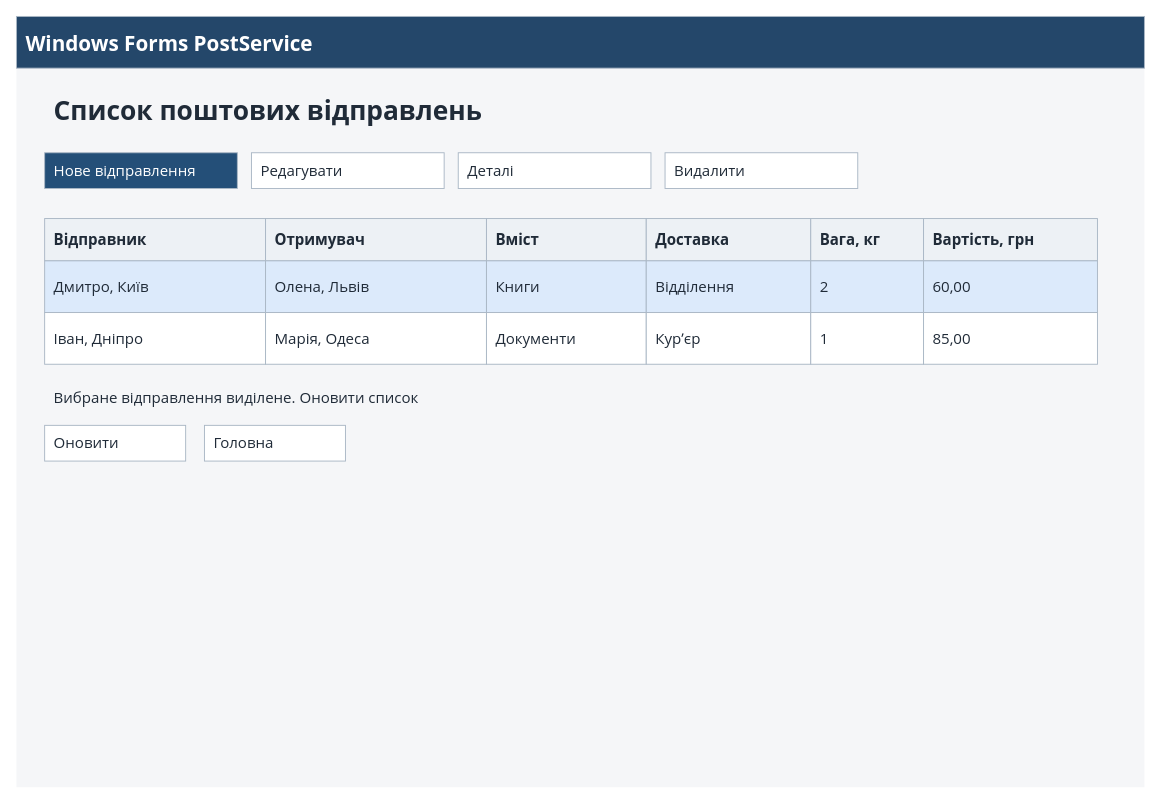
The draw.io diagram page "win-list" (2 of 16) of Компоненти програмної інженерії/ПР-44 Макети/PostService.drawio in On1-kode/posta3.0-ta-inshi-practichni, before the edit. Source tidied: cells renumbered, new cells numbered last; positions are measured from the earlier drawing's top-left corner, leaving out a move shared by most shapes. Both pictures are drawn from the tidied source at 94%, with x=0, y=0 at pixel (16, 16).
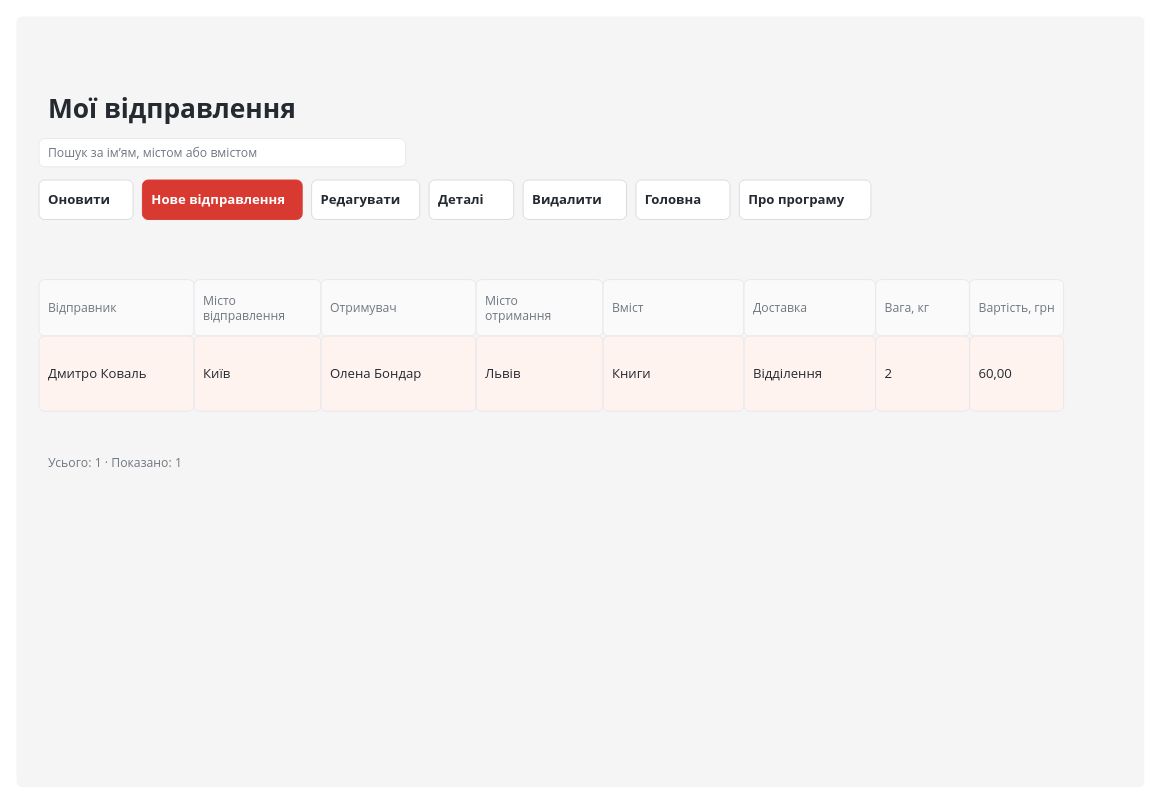
The same diagram, later.

Change to the diagram source:
```diff
@@
-    <mxCell id="2" style="rounded=0;whiteSpace=wrap;html=0;fillColor=#f5f6f8;strokeColor=none;fontFamily=Segoe UI;fontSize=16;fontColor=#202b38;fontStyle=0;align=left;verticalAlign=middle;spacing=10;" parent="1" vertex="1">
+    <mxCell id="2" style="rounded=1;absoluteArcSize=1;arcSize=12;whiteSpace=wrap;html=0;fillColor=#f5f5f6;strokeColor=none;fontFamily=Segoe UI;fontSize=15;fontColor=#252a31;fontStyle=0;align=left;verticalAlign=middle;spacing=10;" parent="1" vertex="1">
       <mxGeometry width="1200" height="820" as="geometry" />
     </mxCell>
-    <mxCell id="3" value="Windows Forms   PostService" style="rounded=0;whiteSpace=wrap;html=0;fillColor=#24476a;strokeColor=#aab7c5;fontFamily=Segoe UI;fontSize=22;fontColor=#ffffff;fontStyle=1;align=left;verticalAlign=middle;spacing=10;" parent="1" vertex="1">
-      <mxGeometry width="1200" height="55" as="geometry" />
+    <mxCell id="3" value="Мої відправлення" style="rounded=1;absoluteArcSize=1;arcSize=12;whiteSpace=wrap;html=0;fillColor=none;strokeColor=none;fontFamily=Segoe UI;fontSize=28;fontColor=#252a31;fontStyle=1;align=left;verticalAlign=middle;spacing=10;" parent="1" vertex="1">
+      <mxGeometry x="24" y="70" width="1152" height="55" as="geometry" />
     </mxCell>
-    <mxCell id="4" value="Список поштових відправлень" style="rounded=0;whiteSpace=wrap;html=0;fillColor=none;strokeColor=none;fontFamily=Segoe UI;fontSize=28;fontColor=#202b38;fontStyle=1;align=left;verticalAlign=middle;spacing=10;" parent="1" vertex="1">
-      <mxGeometry x="30" y="75" width="1050" height="50" as="geometry" />
+    <mxCell id="4" value="Пошук за ім’ям, містом або вмістом" style="rounded=1;absoluteArcSize=1;arcSize=12;whiteSpace=wrap;html=0;fillColor=#ffffff;strokeColor=#e5e7eb;fontFamily=Segoe UI;fontSize=13;fontColor=#707780;fontStyle=0;align=left;verticalAlign=middle;spacing=10;" parent="1" vertex="1">
+      <mxGeometry x="24" y="130" width="390" height="30" as="geometry" />
     </mxCell>
-    <mxCell id="5" value="Нове відправлення" style="rounded=0;whiteSpace=wrap;html=0;fillColor=#244f78;strokeColor=#aab7c5;fontFamily=Segoe UI;fontSize=16;fontColor=#ffffff;fontStyle=0;align=left;verticalAlign=middle;spacing=10;" parent="1" vertex="1">
-      <mxGeometry x="30" y="145" width="205" height="38" as="geometry" />
+    <mxCell id="5" value="Оновити" style="rounded=1;absoluteArcSize=1;arcSize=12;whiteSpace=wrap;html=0;fillColor=#ffffff;strokeColor=#d7dadd;fontFamily=Segoe UI;fontSize=14;fontColor=#252a31;fontStyle=1;align=left;verticalAlign=middle;spacing=10;" parent="1" vertex="1">
+      <mxGeometry x="24" y="174" width="100" height="42" as="geometry" />
     </mxCell>
-    <mxCell id="6" value="Редагувати" style="rounded=0;whiteSpace=wrap;html=0;fillColor=#ffffff;strokeColor=#aab7c5;fontFamily=Segoe UI;fontSize=16;fontColor=#202b38;fontStyle=0;align=left;verticalAlign=middle;spacing=10;" parent="1" vertex="1">
-      <mxGeometry x="250" y="145" width="205" height="38" as="geometry" />
+    <mxCell id="6" value="Нове відправлення" style="rounded=1;absoluteArcSize=1;arcSize=12;whiteSpace=wrap;html=0;fillColor=#d83a32;strokeColor=#d83a32;fontFamily=Segoe UI;fontSize=14;fontColor=#ffffff;fontStyle=1;align=left;verticalAlign=middle;spacing=10;" parent="1" vertex="1">
+      <mxGeometry x="134" y="174" width="170" height="42" as="geometry" />
     </mxCell>
-    <mxCell id="7" value="Деталі" style="rounded=0;whiteSpace=wrap;html=0;fillColor=#ffffff;strokeColor=#aab7c5;fontFamily=Segoe UI;fontSize=16;fontColor=#202b38;fontStyle=0;align=left;verticalAlign=middle;spacing=10;" parent="1" vertex="1">
-      <mxGeometry x="470" y="145" width="205" height="38" as="geometry" />
+    <mxCell id="7" value="Редагувати" style="rounded=1;absoluteArcSize=1;arcSize=12;whiteSpace=wrap;html=0;fillColor=#ffffff;strokeColor=#d7dadd;fontFamily=Segoe UI;fontSize=14;fontColor=#252a31;fontStyle=1;align=left;verticalAlign=middle;spacing=10;" parent="1" vertex="1">
+      <mxGeometry x="314" y="174" width="115" height="42" as="geometry" />
     </mxCell>
-    <mxCell id="8" value="Видалити" style="rounded=0;whiteSpace=wrap;html=0;fillColor=#ffffff;strokeColor=#aab7c5;fontFamily=Segoe UI;fontSize=16;fontColor=#202b38;fontStyle=0;align=left;verticalAlign=middle;spacing=10;" parent="1" vertex="1">
-      <mxGeometry x="690" y="145" width="205" height="38" as="geometry" />
+    <mxCell id="8" value="Деталі" style="rounded=1;absoluteArcSize=1;arcSize=12;whiteSpace=wrap;html=0;fillColor=#ffffff;strokeColor=#d7dadd;fontFamily=Segoe UI;fontSize=14;fontColor=#252a31;fontStyle=1;align=left;verticalAlign=middle;spacing=10;" parent="1" vertex="1">
+      <mxGeometry x="439" y="174" width="90" height="42" as="geometry" />
     </mxCell>
-    <mxCell id="9" value="Відправник" style="rounded=0;whiteSpace=wrap;html=0;fillColor=#edf1f5;strokeColor=#aab7c5;fontFamily=Segoe UI;fontSize=16;fontColor=#202b38;fontStyle=1;align=left;verticalAlign=middle;spacing=10;" parent="1" vertex="1">
-      <mxGeometry x="30" y="215" width="235" height="45" as="geometry" />
+    <mxCell id="9" value="Видалити" style="rounded=1;absoluteArcSize=1;arcSize=12;whiteSpace=wrap;html=0;fillColor=#ffffff;strokeColor=#d7dadd;fontFamily=Segoe UI;fontSize=14;fontColor=#252a31;fontStyle=1;align=left;verticalAlign=middle;spacing=10;" parent="1" vertex="1">
+      <mxGeometry x="539" y="174" width="110" height="42" as="geometry" />
     </mxCell>
-    <mxCell id="10" value="Отримувач" style="rounded=0;whiteSpace=wrap;html=0;fillColor=#edf1f5;strokeColor=#aab7c5;fontFamily=Segoe UI;fontSize=16;fontColor=#202b38;fontStyle=1;align=left;verticalAlign=middle;spacing=10;" parent="1" vertex="1">
-      <mxGeometry x="265" y="215" width="235" height="45" as="geometry" />
+    <mxCell id="10" value="Головна" style="rounded=1;absoluteArcSize=1;arcSize=12;whiteSpace=wrap;html=0;fillColor=#ffffff;strokeColor=#d7dadd;fontFamily=Segoe UI;fontSize=14;fontColor=#252a31;fontStyle=1;align=left;verticalAlign=middle;spacing=10;" parent="1" vertex="1">
+      <mxGeometry x="659" y="174" width="100" height="42" as="geometry" />
     </mxCell>
-    <mxCell id="11" value="Вміст" style="rounded=0;whiteSpace=wrap;html=0;fillColor=#edf1f5;strokeColor=#aab7c5;fontFamily=Segoe UI;fontSize=16;fontColor=#202b38;fontStyle=1;align=left;verticalAlign=middle;spacing=10;" parent="1" vertex="1">
-      <mxGeometry x="500" y="215" width="170" height="45" as="geometry" />
+    <mxCell id="11" value="Про програму" style="rounded=1;absoluteArcSize=1;arcSize=12;whiteSpace=wrap;html=0;fillColor=#ffffff;strokeColor=#d7dadd;fontFamily=Segoe UI;fontSize=14;fontColor=#252a31;fontStyle=1;align=left;verticalAlign=middle;spacing=10;" parent="1" vertex="1">
+      <mxGeometry x="769" y="174" width="140" height="42" as="geometry" />
     </mxCell>
-    <mxCell id="12" value="Доставка" style="rounded=0;whiteSpace=wrap;html=0;fillColor=#edf1f5;strokeColor=#aab7c5;fontFamily=Segoe UI;fontSize=16;fontColor=#202b38;fontStyle=1;align=left;verticalAlign=middle;spacing=10;" parent="1" vertex="1">
-      <mxGeometry x="670" y="215" width="175" height="45" as="geometry" />
+    <mxCell id="12" value="Відправник" style="rounded=1;absoluteArcSize=1;arcSize=12;whiteSpace=wrap;html=0;fillColor=#fafafa;strokeColor=#e5e7eb;fontFamily=Segoe UI;fontSize=13;fontColor=#707780;fontStyle=0;align=left;verticalAlign=middle;spacing=10;" parent="1" vertex="1">
+      <mxGeometry x="24" y="280" width="165" height="60" as="geometry" />
     </mxCell>
-    <mxCell id="13" value="Вага, кг" style="rounded=0;whiteSpace=wrap;html=0;fillColor=#edf1f5;strokeColor=#aab7c5;fontFamily=Segoe UI;fontSize=16;fontColor=#202b38;fontStyle=1;align=left;verticalAlign=middle;spacing=10;" parent="1" vertex="1">
-      <mxGeometry x="845" y="215" width="120" height="45" as="geometry" />
+    <mxCell id="13" value="Дмитро Коваль" style="rounded=1;absoluteArcSize=1;arcSize=12;whiteSpace=wrap;html=0;fillColor=#fff3f0;strokeColor=#e5e7eb;fontFamily=Segoe UI;fontSize=14;fontColor=#252a31;fontStyle=0;align=left;verticalAlign=middle;spacing=10;" parent="1" vertex="1">
+      <mxGeometry x="24" y="340" width="165" height="80" as="geometry" />
     </mxCell>
-    <mxCell id="14" value="Вартість, грн" style="rounded=0;whiteSpace=wrap;html=0;fillColor=#edf1f5;strokeColor=#aab7c5;fontFamily=Segoe UI;fontSize=16;fontColor=#202b38;fontStyle=1;align=left;verticalAlign=middle;spacing=10;" parent="1" vertex="1">
-      <mxGeometry x="965" y="215" width="185" height="45" as="geometry" />
+    <mxCell id="14" value="Місто&#10;відправлення" style="rounded=1;absoluteArcSize=1;arcSize=12;whiteSpace=wrap;html=0;fillColor=#fafafa;strokeColor=#e5e7eb;fontFamily=Segoe UI;fontSize=13;fontColor=#707780;fontStyle=0;align=left;verticalAlign=middle;spacing=10;" parent="1" vertex="1">
+      <mxGeometry x="189" y="280" width="135" height="60" as="geometry" />
     </mxCell>
-    <mxCell id="15" value="Дмитро, Київ" style="rounded=0;whiteSpace=wrap;html=0;fillColor=#dceafb;strokeColor=#aab7c5;fontFamily=Segoe UI;fontSize=16;fontColor=#202b38;fontStyle=0;align=left;verticalAlign=middle;spacing=10;" parent="1" vertex="1">
-      <mxGeometry x="30" y="260" width="235" height="55" as="geometry" />
+    <mxCell id="15" value="Київ" style="rounded=1;absoluteArcSize=1;arcSize=12;whiteSpace=wrap;html=0;fillColor=#fff3f0;strokeColor=#e5e7eb;fontFamily=Segoe UI;fontSize=14;fontColor=#252a31;fontStyle=0;align=left;verticalAlign=middle;spacing=10;" parent="1" vertex="1">
+      <mxGeometry x="189" y="340" width="135" height="80" as="geometry" />
     </mxCell>
-    <mxCell id="16" value="Олена, Львів" style="rounded=0;whiteSpace=wrap;html=0;fillColor=#dceafb;strokeColor=#aab7c5;fontFamily=Segoe UI;fontSize=16;fontColor=#202b38;fontStyle=0;align=left;verticalAlign=middle;spacing=10;" parent="1" vertex="1">
-      <mxGeometry x="265" y="260" width="235" height="55" as="geometry" />
+    <mxCell id="16" value="Отримувач" style="rounded=1;absoluteArcSize=1;arcSize=12;whiteSpace=wrap;html=0;fillColor=#fafafa;strokeColor=#e5e7eb;fontFamily=Segoe UI;fontSize=13;fontColor=#707780;fontStyle=0;align=left;verticalAlign=middle;spacing=10;" parent="1" vertex="1">
+      <mxGeometry x="324" y="280" width="165" height="60" as="geometry" />
     </mxCell>
-    <mxCell id="17" value="Книги" style="rounded=0;whiteSpace=wrap;html=0;fillColor=#dceafb;strokeColor=#aab7c5;fontFamily=Segoe UI;fontSize=16;fontColor=#202b38;fontStyle=0;align=left;verticalAlign=middle;spacing=10;" parent="1" vertex="1">
-      <mxGeometry x="500" y="260" width="170" height="55" as="geometry" />
+    <mxCell id="17" value="Олена Бондар" style="rounded=1;absoluteArcSize=1;arcSize=12;whiteSpace=wrap;html=0;fillColor=#fff3f0;strokeColor=#e5e7eb;fontFamily=Segoe UI;fontSize=14;fontColor=#252a31;fontStyle=0;align=left;verticalAlign=middle;spacing=10;" parent="1" vertex="1">
+      <mxGeometry x="324" y="340" width="165" height="80" as="geometry" />
     </mxCell>
-    <mxCell id="18" value="Відділення" style="rounded=0;whiteSpace=wrap;html=0;fillColor=#dceafb;strokeColor=#aab7c5;fontFamily=Segoe UI;fontSize=16;fontColor=#202b38;fontStyle=0;align=left;verticalAlign=middle;spacing=10;" parent="1" vertex="1">
-      <mxGeometry x="670" y="260" width="175" height="55" as="geometry" />
+    <mxCell id="18" value="Місто&#10;отримання" style="rounded=1;absoluteArcSize=1;arcSize=12;whiteSpace=wrap;html=0;fillColor=#fafafa;strokeColor=#e5e7eb;fontFamily=Segoe UI;fontSize=13;fontColor=#707780;fontStyle=0;align=left;verticalAlign=middle;spacing=10;" parent="1" vertex="1">
+      <mxGeometry x="489" y="280" width="135" height="60" as="geometry" />
     </mxCell>
-    <mxCell id="19" value="2" style="rounded=0;whiteSpace=wrap;html=0;fillColor=#dceafb;strokeColor=#aab7c5;fontFamily=Segoe UI;fontSize=16;fontColor=#202b38;fontStyle=0;align=left;verticalAlign=middle;spacing=10;" parent="1" vertex="1">
-      <mxGeometry x="845" y="260" width="120" height="55" as="geometry" />
+    <mxCell id="19" value="Львів" style="rounded=1;absoluteArcSize=1;arcSize=12;whiteSpace=wrap;html=0;fillColor=#fff3f0;strokeColor=#e5e7eb;fontFamily=Segoe UI;fontSize=14;fontColor=#252a31;fontStyle=0;align=left;verticalAlign=middle;spacing=10;" parent="1" vertex="1">
+      <mxGeometry x="489" y="340" width="135" height="80" as="geometry" />
     </mxCell>
-    <mxCell id="20" value="60,00" style="rounded=0;whiteSpace=wrap;html=0;fillColor=#dceafb;strokeColor=#aab7c5;fontFamily=Segoe UI;fontSize=16;fontColor=#202b38;fontStyle=0;align=left;verticalAlign=middle;spacing=10;" parent="1" vertex="1">
-      <mxGeometry x="965" y="260" width="185" height="55" as="geometry" />
+    <mxCell id="20" value="Вміст" style="rounded=1;absoluteArcSize=1;arcSize=12;whiteSpace=wrap;html=0;fillColor=#fafafa;strokeColor=#e5e7eb;fontFamily=Segoe UI;fontSize=13;fontColor=#707780;fontStyle=0;align=left;verticalAlign=middle;spacing=10;" parent="1" vertex="1">
+      <mxGeometry x="624" y="280" width="150" height="60" as="geometry" />
     </mxCell>
-    <mxCell id="21" value="Іван, Дніпро" style="rounded=0;whiteSpace=wrap;html=0;fillColor=#ffffff;strokeColor=#aab7c5;fontFamily=Segoe UI;fontSize=16;fontColor=#202b38;fontStyle=0;align=left;verticalAlign=middle;spacing=10;" parent="1" vertex="1">
-      <mxGeometry x="30" y="315" width="235" height="55" as="geometry" />
+    <mxCell id="21" value="Книги" style="rounded=1;absoluteArcSize=1;arcSize=12;whiteSpace=wrap;html=0;fillColor=#fff3f0;strokeColor=#e5e7eb;fontFamily=Segoe UI;fontSize=14;fontColor=#252a31;fontStyle=0;align=left;verticalAlign=middle;spacing=10;" parent="1" vertex="1">
+      <mxGeometry x="624" y="340" width="150" height="80" as="geometry" />
     </mxCell>
-    <mxCell id="22" value="Марія, Одеса" style="rounded=0;whiteSpace=wrap;html=0;fillColor=#ffffff;strokeColor=#aab7c5;fontFamily=Segoe UI;fontSize=16;fontColor=#202b38;fontStyle=0;align=left;verticalAlign=middle;spacing=10;" parent="1" vertex="1">
-      <mxGeometry x="265" y="315" width="235" height="55" as="geometry" />
+    <mxCell id="22" value="Доставка" style="rounded=1;absoluteArcSize=1;arcSize=12;whiteSpace=wrap;html=0;fillColor=#fafafa;strokeColor=#e5e7eb;fontFamily=Segoe UI;fontSize=13;fontColor=#707780;fontStyle=0;align=left;verticalAlign=middle;spacing=10;" parent="1" vertex="1">
+      <mxGeometry x="774" y="280" width="140" height="60" as="geometry" />
     </mxCell>
-    <mxCell id="23" value="Документи" style="rounded=0;whiteSpace=wrap;html=0;fillColor=#ffffff;strokeColor=#aab7c5;fontFamily=Segoe UI;fontSize=16;fontColor=#202b38;fontStyle=0;align=left;verticalAlign=middle;spacing=10;" parent="1" vertex="1">
-      <mxGeometry x="500" y="315" width="170" height="55" as="geometry" />
+    <mxCell id="23" value="Відділення" style="rounded=1;absoluteArcSize=1;arcSize=12;whiteSpace=wrap;html=0;fillColor=#fff3f0;strokeColor=#e5e7eb;fontFamily=Segoe UI;fontSize=14;fontColor=#252a31;fontStyle=0;align=left;verticalAlign=middle;spacing=10;" parent="1" vertex="1">
+      <mxGeometry x="774" y="340" width="140" height="80" as="geometry" />
     </mxCell>
-    <mxCell id="24" value="Курʼєр" style="rounded=0;whiteSpace=wrap;html=0;fillColor=#ffffff;strokeColor=#aab7c5;fontFamily=Segoe UI;fontSize=16;fontColor=#202b38;fontStyle=0;align=left;verticalAlign=middle;spacing=10;" parent="1" vertex="1">
-      <mxGeometry x="670" y="315" width="175" height="55" as="geometry" />
+    <mxCell id="24" value="Вага, кг" style="rounded=1;absoluteArcSize=1;arcSize=12;whiteSpace=wrap;html=0;fillColor=#fafafa;strokeColor=#e5e7eb;fontFamily=Segoe UI;fontSize=13;fontColor=#707780;fontStyle=0;align=left;verticalAlign=middle;spacing=10;" parent="1" vertex="1">
+      <mxGeometry x="914" y="280" width="100" height="60" as="geometry" />
     </mxCell>
-    <mxCell id="25" value="1" style="rounded=0;whiteSpace=wrap;html=0;fillColor=#ffffff;strokeColor=#aab7c5;fontFamily=Segoe UI;fontSize=16;fontColor=#202b38;fontStyle=0;align=left;verticalAlign=middle;spacing=10;" parent="1" vertex="1">
-      <mxGeometry x="845" y="315" width="120" height="55" as="geometry" />
+    <mxCell id="25" value="2" style="rounded=1;absoluteArcSize=1;arcSize=12;whiteSpace=wrap;html=0;fillColor=#fff3f0;strokeColor=#e5e7eb;fontFamily=Segoe UI;fontSize=14;fontColor=#252a31;fontStyle=0;align=left;verticalAlign=middle;spacing=10;" parent="1" vertex="1">
+      <mxGeometry x="914" y="340" width="100" height="80" as="geometry" />
     </mxCell>
-    <mxCell id="26" value="85,00" style="rounded=0;whiteSpace=wrap;html=0;fillColor=#ffffff;strokeColor=#aab7c5;fontFamily=Segoe UI;fontSize=16;fontColor=#202b38;fontStyle=0;align=left;verticalAlign=middle;spacing=10;" parent="1" vertex="1">
-      <mxGeometry x="965" y="315" width="185" height="55" as="geometry" />
+    <mxCell id="26" value="Вартість, грн" style="rounded=1;absoluteArcSize=1;arcSize=12;whiteSpace=wrap;html=0;fillColor=#fafafa;strokeColor=#e5e7eb;fontFamily=Segoe UI;fontSize=13;fontColor=#707780;fontStyle=0;align=left;verticalAlign=middle;spacing=10;" parent="1" vertex="1">
+      <mxGeometry x="1014" y="280" width="100" height="60" as="geometry" />
     </mxCell>
-    <mxCell id="27" value="Вибране відправлення виділене. Оновити список" style="rounded=0;whiteSpace=wrap;html=0;fillColor=none;strokeColor=none;fontFamily=Segoe UI;fontSize=16;fontColor=#202b38;fontStyle=0;align=left;verticalAlign=middle;spacing=10;" parent="1" vertex="1">
-      <mxGeometry x="30" y="390" width="900" height="32" as="geometry" />
+    <mxCell id="27" value="60,00" style="rounded=1;absoluteArcSize=1;arcSize=12;whiteSpace=wrap;html=0;fillColor=#fff3f0;strokeColor=#e5e7eb;fontFamily=Segoe UI;fontSize=14;fontColor=#252a31;fontStyle=0;align=left;verticalAlign=middle;spacing=10;" parent="1" vertex="1">
+      <mxGeometry x="1014" y="340" width="100" height="80" as="geometry" />
     </mxCell>
-    <mxCell id="28" value="Оновити" style="rounded=0;whiteSpace=wrap;html=0;fillColor=#ffffff;strokeColor=#aab7c5;fontFamily=Segoe UI;fontSize=16;fontColor=#202b38;fontStyle=0;align=left;verticalAlign=middle;spacing=10;" parent="1" vertex="1">
-      <mxGeometry x="30" y="435" width="150" height="38" as="geometry" />
+    <mxCell id="28" value="Усього: 1 · Показано: 1" style="rounded=1;absoluteArcSize=1;arcSize=12;whiteSpace=wrap;html=0;fillColor=none;strokeColor=none;fontFamily=Segoe UI;fontSize=13;fontColor=#707780;fontStyle=0;align=left;verticalAlign=middle;spacing=10;" parent="1" vertex="1">
+      <mxGeometry x="24" y="460" width="400" height="30" as="geometry" />
     </mxCell>
-    <mxCell id="29" value="Головна" style="rounded=0;whiteSpace=wrap;html=0;fillColor=#ffffff;strokeColor=#aab7c5;fontFamily=Segoe UI;fontSize=16;fontColor=#202b38;fontStyle=0;align=left;verticalAlign=middle;spacing=10;" parent="1" vertex="1">
-      <mxGeometry x="200" y="435" width="150" height="38" as="geometry" />
-    </mxCell>
```
